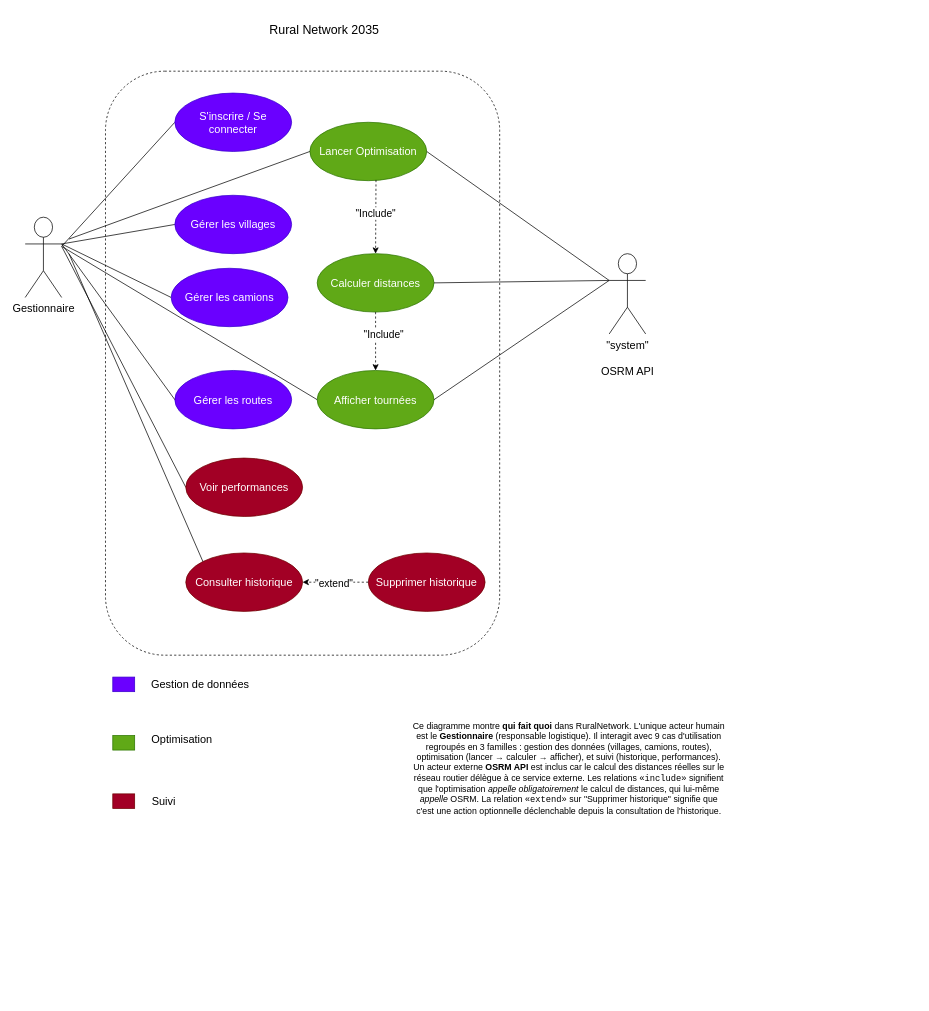
Earlier version of the draw.io diagram UML/Use_case.drawio (deriazalvin/Rural_network_2035). Source tidied: cells renumbered, new cells numbered last; positions are measured from the earlier drawing's top-left corner, leaving out a move shared by most shapes. Both pictures are drawn from the tidied source at 73%, with x=0, y=0 at pixel (25, 20).
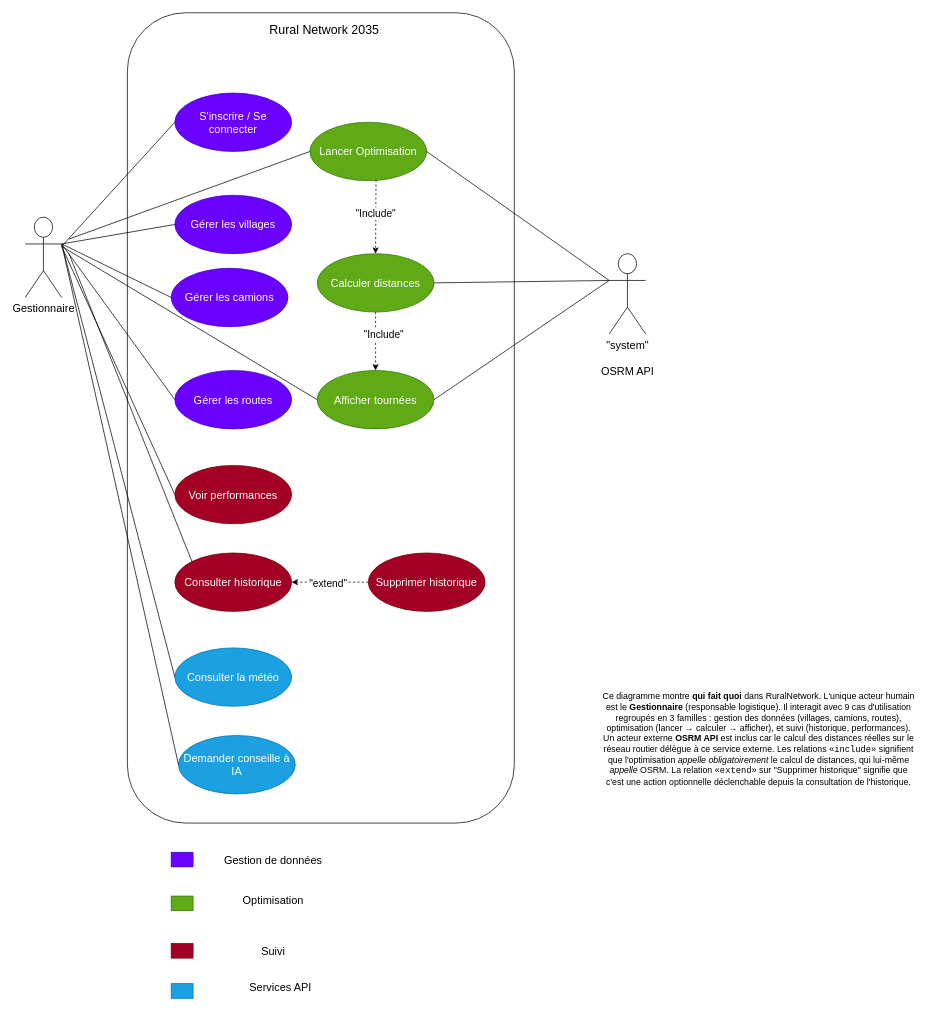
After the change.

The change refers to these unchanged cells:
```xml
<mxCell id="2" value="&lt;font style=&quot;font-size: 15px;&quot;&gt;Gestionnaire&lt;/font&gt;" style="shape=umlActor;verticalLabelPosition=bottom;verticalAlign=top;html=1;outlineConnect=0;" parent="1" vertex="1">
  <mxGeometry y="270" width="50" height="110" as="geometry" />
</mxCell>
```

Change to the diagram source:
```diff
@@
     <mxCell id="21" value="&lt;font style=&quot;font-size: 15px;&quot;&gt;Voir performances&lt;/font&gt;" style="ellipse;whiteSpace=wrap;html=1;fillColor=#a20025;fontColor=#ffffff;strokeColor=#6F0000;" parent="1" vertex="1">
-      <mxGeometry x="220" y="600" width="160" height="80" as="geometry" />
+      <mxGeometry x="205" y="610" width="160" height="80" as="geometry" />
     </mxCell>
     <mxCell id="22" value="&lt;font style=&quot;font-size: 15px;&quot;&gt;Consulter historique&lt;/font&gt;" style="ellipse;whiteSpace=wrap;html=1;fillColor=#a20025;fontColor=#ffffff;strokeColor=#6F0000;" parent="1" vertex="1">
-      <mxGeometry x="220" y="730" width="160" height="80" as="geometry" />
+      <mxGeometry x="205" y="730" width="160" height="80" as="geometry" />
     </mxCell>
@@
-    <mxCell id="28" style="rounded=1;whiteSpace=wrap;html=1;fillColor=none;dashed=1;" parent="1" vertex="1">
-      <mxGeometry x="110" y="70" width="540" height="800" as="geometry" />
-    </mxCell>
@@
     <mxCell id="34" style="whiteSpace=wrap;html=1;fillColor=#6a00ff;fontColor=#ffffff;strokeColor=#3700CC;" parent="1" vertex="1">
-      <mxGeometry x="120" y="900" width="30" height="20" as="geometry" />
+      <mxGeometry x="200" y="1140" width="30" height="20" as="geometry" />
     </mxCell>
     <mxCell id="35" style="whiteSpace=wrap;html=1;fillColor=#a20025;fontColor=#ffffff;strokeColor=#6F0000;" parent="1" vertex="1">
-      <mxGeometry x="120" y="1060" width="30" height="20" as="geometry" />
+      <mxGeometry x="200" y="1265" width="30" height="20" as="geometry" />
     </mxCell>
     <mxCell id="36" style="whiteSpace=wrap;html=1;fillColor=#60a917;fontColor=#ffffff;strokeColor=#2D7600;" parent="1" vertex="1">
-      <mxGeometry x="120" y="980" width="30" height="20" as="geometry" />
+      <mxGeometry x="200" y="1200" width="30" height="20" as="geometry" />
     </mxCell>
     <mxCell id="37" value="Gestion de données" style="text;html=1;whiteSpace=wrap;strokeColor=none;fillColor=none;align=center;verticalAlign=middle;rounded=0;fontSize=15;" parent="1" vertex="1">
-      <mxGeometry x="160" y="895" width="160" height="30" as="geometry" />
+      <mxGeometry x="260" y="1135" width="160" height="30" as="geometry" />
     </mxCell>
     <mxCell id="38" value="Suivi" style="text;html=1;whiteSpace=wrap;strokeColor=none;fillColor=none;align=center;verticalAlign=middle;rounded=0;fontSize=15;" parent="1" vertex="1">
-      <mxGeometry x="110" y="1055" width="160" height="30" as="geometry" />
+      <mxGeometry x="260" y="1260" width="160" height="30" as="geometry" />
     </mxCell>
     <mxCell id="39" value="Optimisation" style="text;html=1;whiteSpace=wrap;strokeColor=none;fillColor=none;align=center;verticalAlign=middle;rounded=0;fontSize=15;" parent="1" vertex="1">
-      <mxGeometry x="135" y="970" width="160" height="30" as="geometry" />
+      <mxGeometry x="260" y="1190" width="160" height="30" as="geometry" />
     </mxCell>
     <mxCell id="40" value="Ce diagramme montre &lt;strong&gt;qui fait quoi&lt;/strong&gt; dans RuralNetwork. L'unique acteur humain est le &lt;strong&gt;Gestionnaire&lt;/strong&gt; (responsable logistique). Il interagit avec 9 cas d'utilisation regroupés en 3 familles : gestion des données (villages, camions, routes), optimisation (lancer → calculer → afficher), et suivi (historique, performances). Un acteur externe &lt;strong&gt;OSRM API&lt;/strong&gt; est inclus car le calcul des distances réelles sur le réseau routier délègue à ce service externe. Les relations &lt;code class=&quot;bg-text-200/5 border border-0.5 border-border-300 text-danger-000 whitespace-pre-wrap rounded-[0.4rem] px-1 py-px text-[0.9rem]&quot;&gt;«include»&lt;/code&gt; signifient que l'optimisation &lt;em&gt;appelle obligatoirement&lt;/em&gt; le calcul de distances, qui lui-même &lt;em&gt;appelle&lt;/em&gt; OSRM. La relation &lt;code class=&quot;bg-text-200/5 border border-0.5 border-border-300 text-danger-000 whitespace-pre-wrap rounded-[0.4rem] px-1 py-px text-[0.9rem]&quot;&gt;«extend»&lt;/code&gt; sur &quot;Supprimer historique&quot; signifie que c'est une action optionnelle déclenchable depuis la consultation de l'historique." style="text;html=1;whiteSpace=wrap;strokeColor=none;fillColor=none;align=center;verticalAlign=middle;rounded=0;" parent="1" vertex="1">
-      <mxGeometry x="530" y="1010" width="430" height="30" as="geometry" />
+      <mxGeometry x="790" y="970" width="430" height="30" as="geometry" />
     </mxCell>
+    <mxCell id="41" style="endArrow=none;html=1;rounded=0;exitX=1;exitY=0.3333333333333333;exitDx=0;exitDy=0;exitPerimeter=0;entryX=0;entryY=0.5;entryDx=0;entryDy=0;" parent="1" edge="1" source="2" target="42">
+      <mxGeometry relative="1" as="geometry" />
+    </mxCell>
+    <mxCell id="42" value="&lt;font style=&quot;font-size: 15px;&quot;&gt;Consulter la météo&lt;/font&gt;" style="ellipse;whiteSpace=wrap;html=1;fillColor=#1ba1e2;fontColor=#ffffff;strokeColor=#006EAF;" parent="1" vertex="1">
+      <mxGeometry x="205" y="860" width="160" height="80" as="geometry" />
+    </mxCell>
+    <mxCell id="43" value="&lt;font style=&quot;font-size: 15px;&quot;&gt;Demander conseille à IA&lt;/font&gt;" style="ellipse;whiteSpace=wrap;html=1;fillColor=#1ba1e2;fontColor=#ffffff;strokeColor=#006EAF;" parent="1" vertex="1">
+      <mxGeometry x="210" y="980" width="160" height="80" as="geometry" />
+    </mxCell>
+    <mxCell id="44" style="endArrow=none;html=1;rounded=0;exitX=1;exitY=0.3333333333333333;exitDx=0;exitDy=0;exitPerimeter=0;entryX=0;entryY=0.5;entryDx=0;entryDy=0;" parent="1" edge="1" source="2" target="43">
+      <mxGeometry relative="1" as="geometry" />
+    </mxCell>
+    <mxCell id="45" style="rounded=1;whiteSpace=wrap;html=1;fillColor=none;" parent="1" vertex="1">
+      <mxGeometry x="140" y="-10" width="530" height="1110" as="geometry" />
+    </mxCell>
+    <mxCell id="46" style="whiteSpace=wrap;html=1;fillColor=#1ba1e2;fontColor=#ffffff;strokeColor=#006EAF;" parent="1" vertex="1">
+      <mxGeometry x="200" y="1320" width="30" height="20" as="geometry" />
+    </mxCell>
+    <mxCell id="47" value="Services API" style="text;html=1;whiteSpace=wrap;strokeColor=none;fillColor=none;align=center;verticalAlign=middle;rounded=0;fontSize=15;" parent="1" vertex="1">
+      <mxGeometry x="270" y="1310" width="160" height="30" as="geometry" />
+    </mxCell>
```
